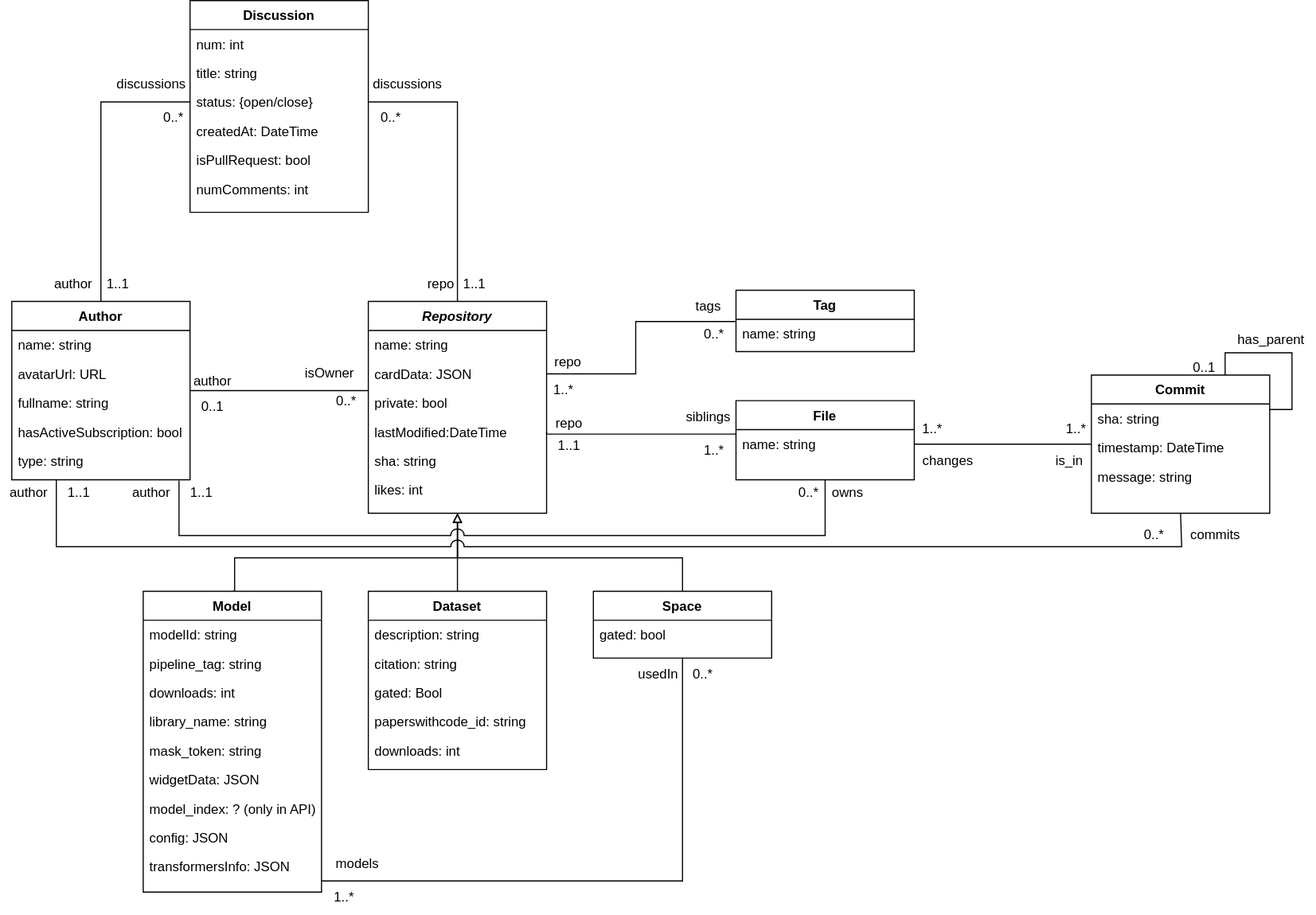
This is resources/figs/conceptualSchema.svg from SOM-Research/HFCommunity, a draw.io export, as it was before one commit. Source tidied: cells renumbered, new cells last; positions are measured from the earlier drawing's top-left corner, leaving out a move shared by most shapes.
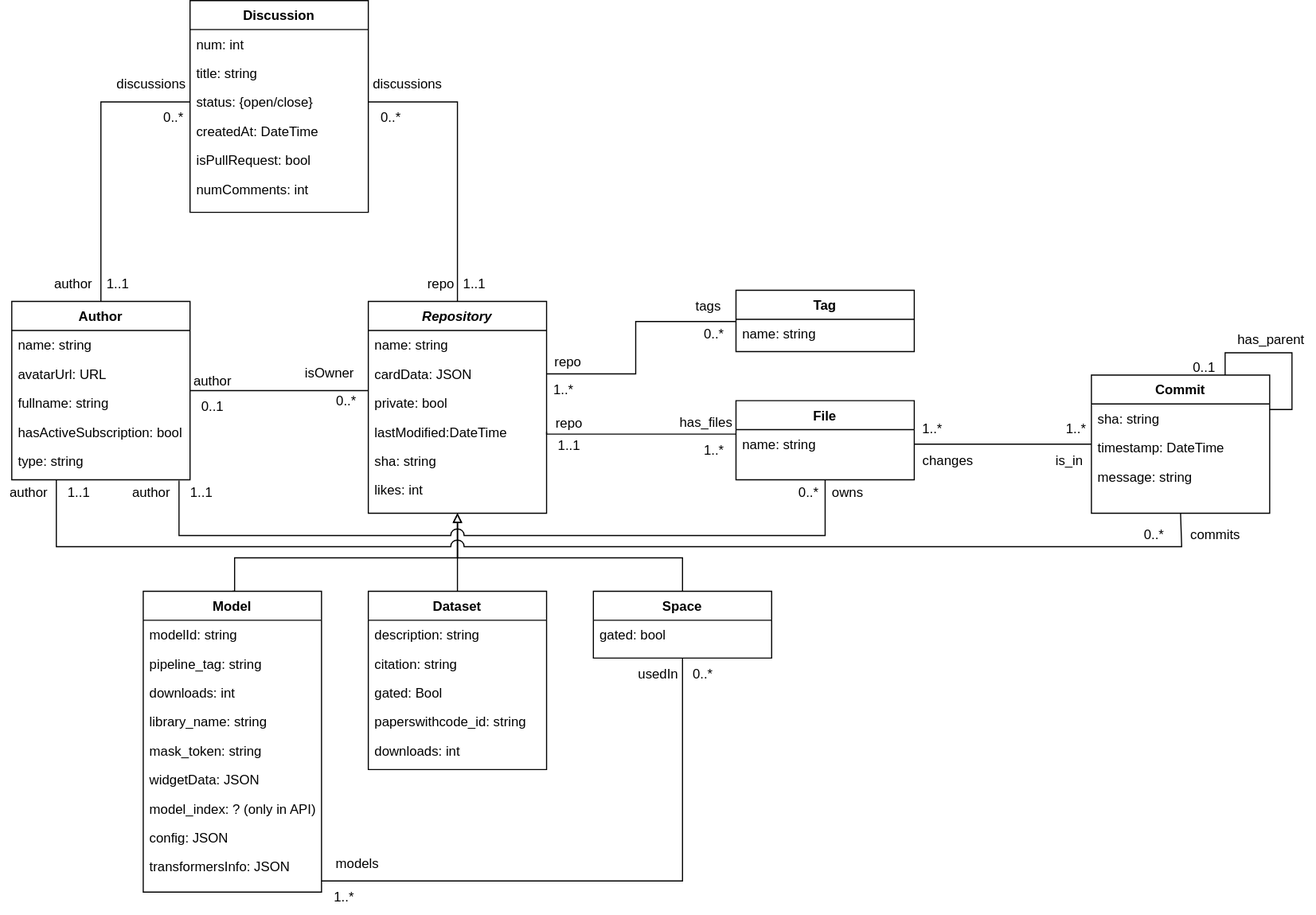
The same diagram one commit later.

Commit message:
UML diagram "siblings" replacement

Diff of the diagram source:
```diff
@@ -201,8 +201,8 @@
         </Array>
       </mxGeometry>
     </mxCell>
-    <mxCell id="57" value="siblings" style="text;html=1;align=center;verticalAlign=middle;strokeColor=none;fillColor=none;" parent="1" vertex="1">
-      <mxGeometry x="600" y="359" width="70" height="30" as="geometry" />
+    <mxCell id="57" value="has_files" style="text;html=1;align=center;verticalAlign=middle;strokeColor=none;fillColor=none;" parent="1" vertex="1">
+      <mxGeometry x="598" y="364" width="70" height="30" as="geometry" />
     </mxCell>
     <mxCell id="58" value="1..*" style="text;html=1;align=center;verticalAlign=middle;strokeColor=none;fillColor=none;" parent="1" vertex="1">
       <mxGeometry x="620" y="389" width="40" height="30" as="geometry" />
```
